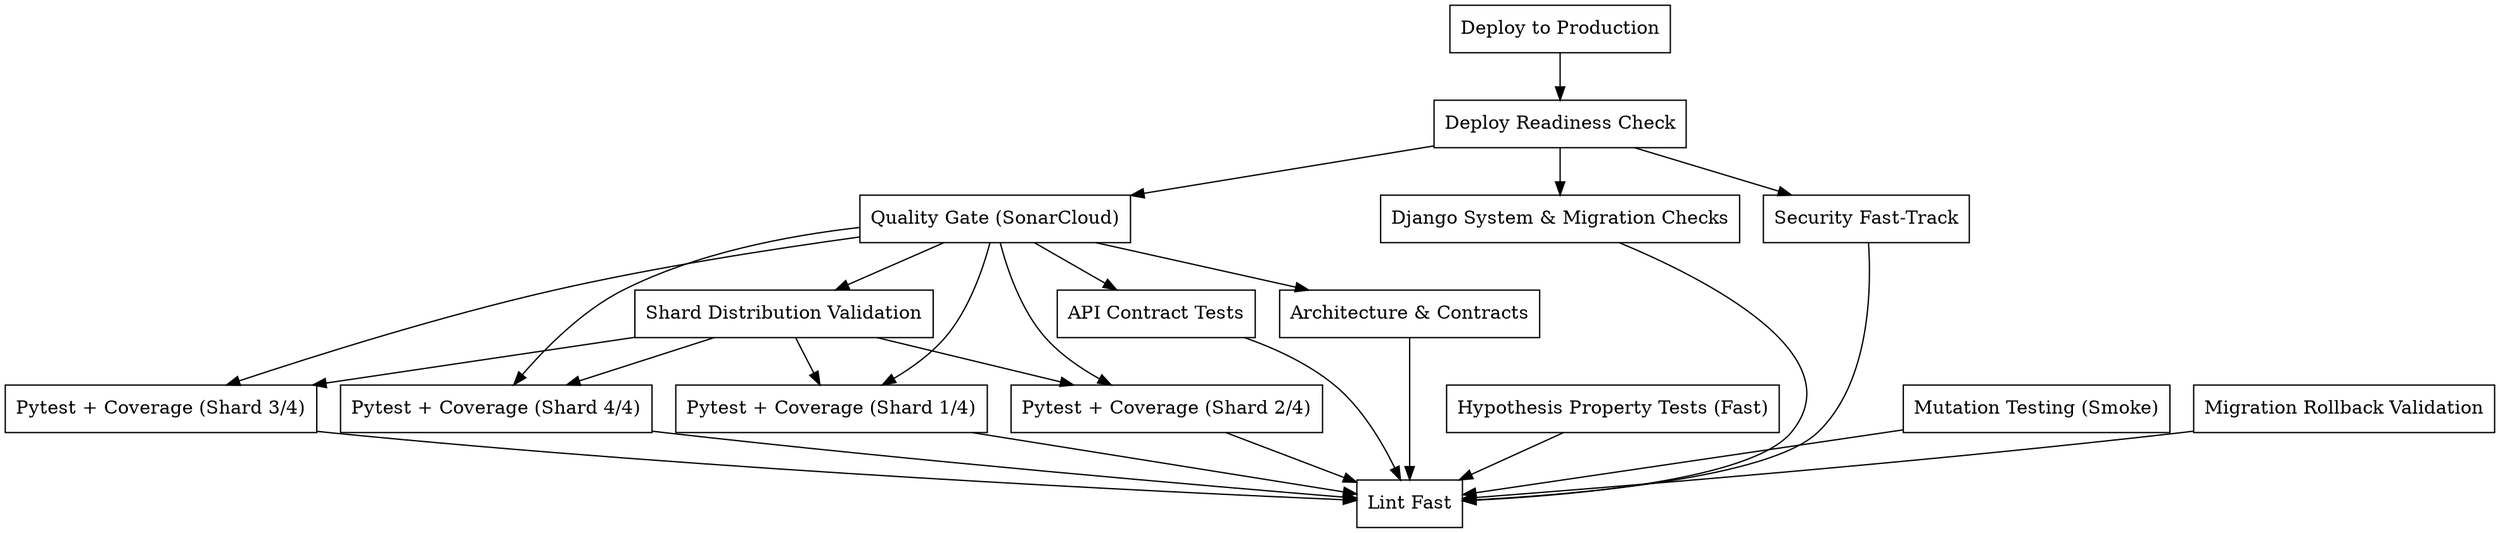
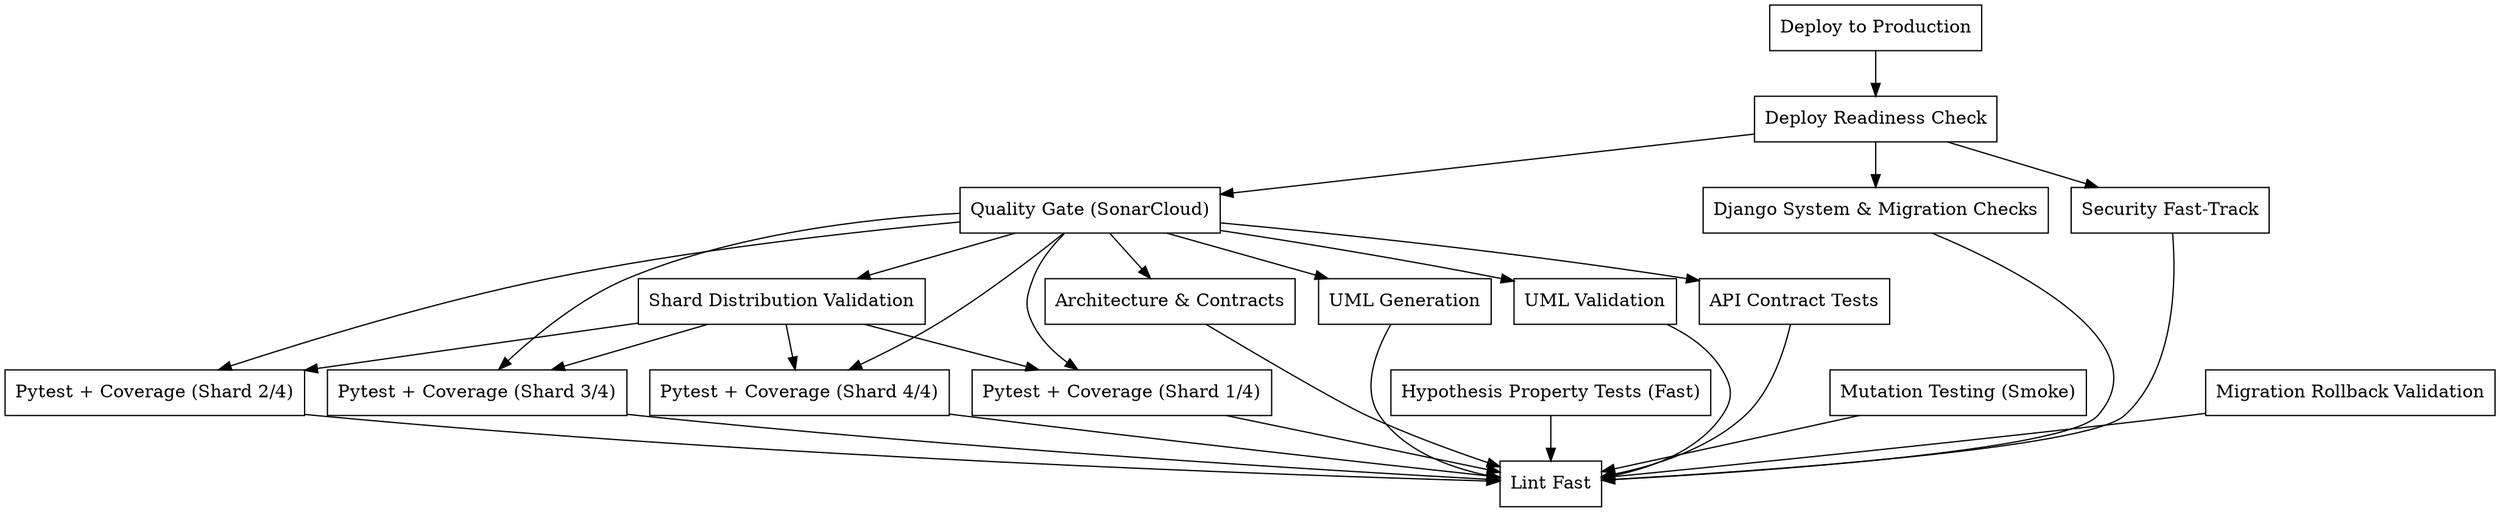
digraph architecture {
  rankdir=TB;
  node [shape=box];
  "Lint Fast";
  "Pytest + Coverage (Shard 1/4)";
  "Pytest + Coverage (Shard 2/4)";
  "Pytest + Coverage (Shard 3/4)";
  "Pytest + Coverage (Shard 4/4)";
  "Shard Distribution Validation";
  "API Contract Tests";
  "Django System & Migration Checks";
  "Hypothesis Property Tests (Fast)";
  "Architecture & Contracts";
  "Security Fast-Track";
  "Mutation Testing (Smoke)";
  "Quality Gate (SonarCloud)";
  "Deploy Readiness Check";
  "Deploy to Production";
  "Pytest + Coverage (Shard 1/4)" -> "Lint Fast";
  "Pytest + Coverage (Shard 2/4)" -> "Lint Fast";
  "Pytest + Coverage (Shard 3/4)" -> "Lint Fast";
  "Pytest + Coverage (Shard 4/4)" -> "Lint Fast";
  "Shard Distribution Validation" -> "Pytest + Coverage (Shard 1/4)";
  "Shard Distribution Validation" -> "Pytest + Coverage (Shard 2/4)";
  "Shard Distribution Validation" -> "Pytest + Coverage (Shard 3/4)";
  "Shard Distribution Validation" -> "Pytest + Coverage (Shard 4/4)";
  "API Contract Tests" -> "Lint Fast";
  "Django System & Migration Checks" -> "Lint Fast";
  "Hypothesis Property Tests (Fast)" -> "Lint Fast";
  "Architecture & Contracts" -> "Lint Fast";
+   "UML Generation" -> "Lint Fast";
+   "UML Validation" -> "Lint Fast";
  "Security Fast-Track" -> "Lint Fast";
  "Mutation Testing (Smoke)" -> "Lint Fast";
  "Migration Rollback Validation" -> "Lint Fast";
  "Quality Gate (SonarCloud)" -> "Pytest + Coverage (Shard 1/4)";
  "Quality Gate (SonarCloud)" -> "Pytest + Coverage (Shard 2/4)";
  "Quality Gate (SonarCloud)" -> "Pytest + Coverage (Shard 3/4)";
  "Quality Gate (SonarCloud)" -> "Pytest + Coverage (Shard 4/4)";
  "Quality Gate (SonarCloud)" -> "Shard Distribution Validation";
  "Quality Gate (SonarCloud)" -> "API Contract Tests";
  "Quality Gate (SonarCloud)" -> "Architecture & Contracts";
+   "Quality Gate (SonarCloud)" -> "UML Generation";
+   "Quality Gate (SonarCloud)" -> "UML Validation";
  "Deploy Readiness Check" -> "Quality Gate (SonarCloud)";
  "Deploy Readiness Check" -> "Security Fast-Track";
  "Deploy Readiness Check" -> "Django System & Migration Checks";
  "Deploy to Production" -> "Deploy Readiness Check";
}
